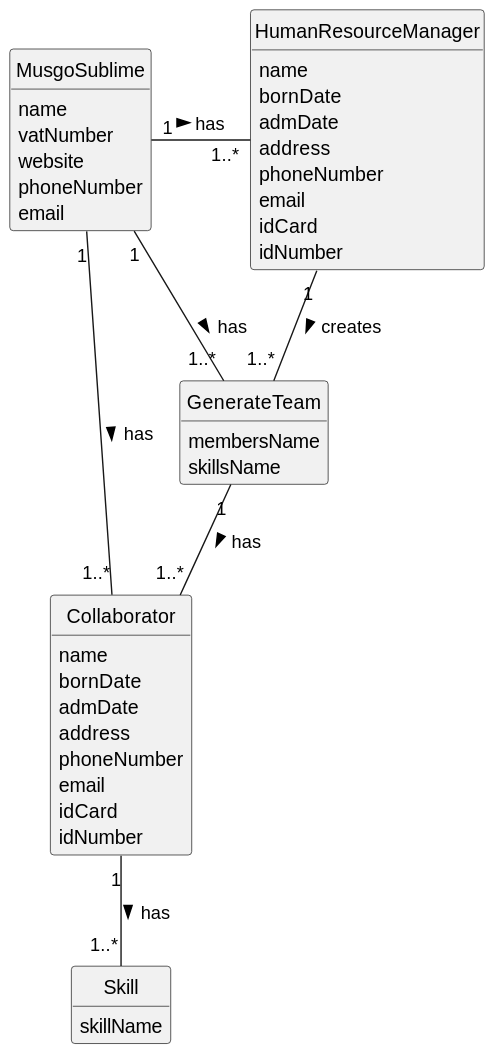
Before: docs/sprintA/us005/02.analysis/svg/us005-domain-model.svg, a diagram exported from PlantUML (1231360-ISEP/lei-24-s2-1db-g021).
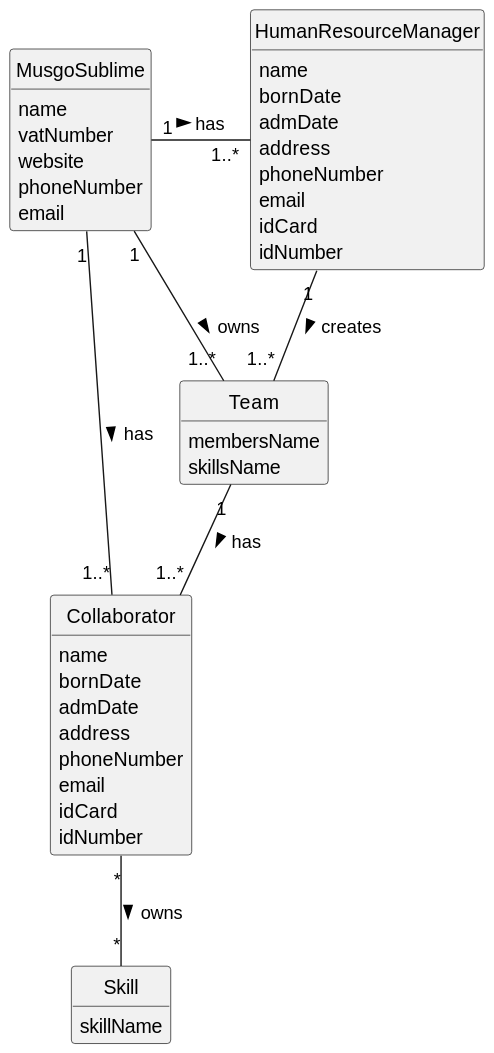
Later version of the same file.

Commit message:
Update the US01 and US05 Domain Model.

Change to the diagram source:
```diff
@@ -42,15 +42,15 @@
     idNumber
 }
 
-class GenerateTeam {
+class Team {
     membersName
     skillsName
 }
 
 MusgoSublime "1" - "1..*" Collaborator: has >
 MusgoSublime "1" - "1..*" HumanResourceManager : has >
-Collaborator "1" -- "1..*" Skill : has >
-MusgoSublime "1" - "1..*" GenerateTeam: has >
-GenerateTeam "1" -- "1..*" Collaborator : has >
-HumanResourceManager "1" -- "1..*" GenerateTeam : creates >
+Collaborator "*" -- "*" Skill : owns >
+MusgoSublime "1" - "1..*" Team: owns >
+Team "1" -- "1..*" Collaborator : has >
+HumanResourceManager "1" -- "1..*" Team : creates >
 @enduml
```
